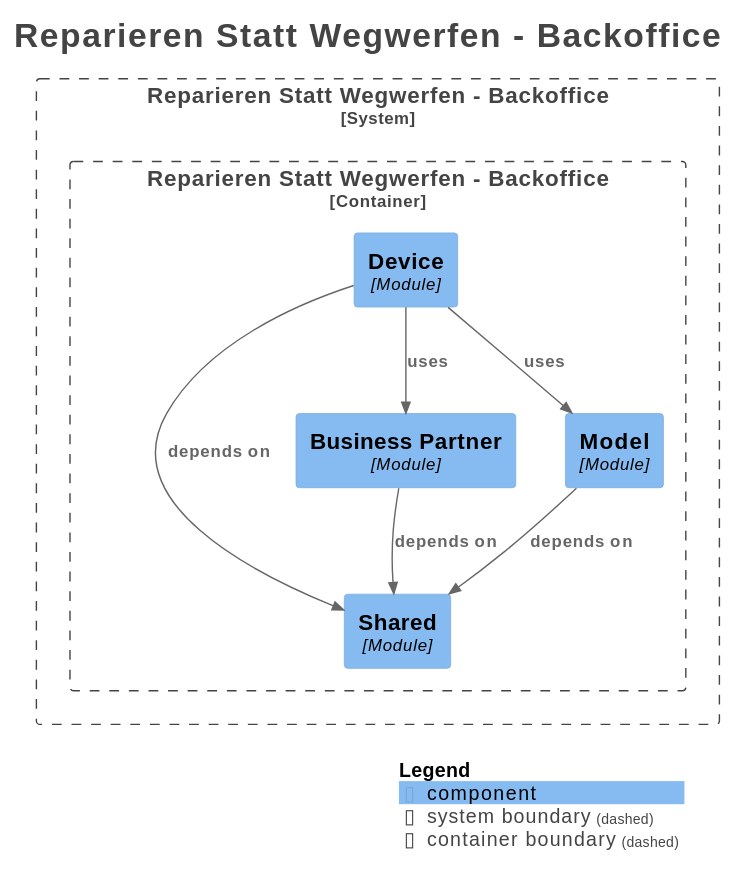
Earlier version of the PlantUML export backend/docs/spring-modulith/modules.svg (fafeichter/ReparierenStattWegwerfen-BackOffice). Its diagram source:
```plantuml
@startuml
title <size:24>Reparieren Statt Wegwerfen - Backoffice</size>

set separator none
top to bottom direction

<style>
  root {
    BackgroundColor: #ffffff
    FontColor: #444444
  }
</style>

!include <C4/C4>
!include <C4/C4_Context>
!include <C4/C4_Component>

System_Boundary("ReparierenStattWegwerfenBackoffice_boundary", "Reparieren Statt Wegwerfen - Backoffice", $tags="") {
  Container_Boundary("ReparierenStattWegwerfenBackoffice.ReparierenStattWegwerfenBackoffice_boundary", "Reparieren Statt Wegwerfen - Backoffice", $tags="") {
    Component(ReparierenStattWegwerfenBackoffice.ReparierenStattWegwerfenBackoffice.Shared, "Shared", $techn="Module", $descr="", $tags="", $link="")
    Component(ReparierenStattWegwerfenBackoffice.ReparierenStattWegwerfenBackoffice.BusinessPartner, "Business Partner", $techn="Module", $descr="", $tags="", $link="")
    Component(ReparierenStattWegwerfenBackoffice.ReparierenStattWegwerfenBackoffice.Model, "Model", $techn="Module", $descr="", $tags="", $link="")
    Component(ReparierenStattWegwerfenBackoffice.ReparierenStattWegwerfenBackoffice.Device, "Device", $techn="Module", $descr="", $tags="", $link="")
  }

}

Rel(ReparierenStattWegwerfenBackoffice.ReparierenStattWegwerfenBackoffice.Device, ReparierenStattWegwerfenBackoffice.ReparierenStattWegwerfenBackoffice.Model, "uses", $techn="", $tags="", $link="")
Rel(ReparierenStattWegwerfenBackoffice.ReparierenStattWegwerfenBackoffice.Device, ReparierenStattWegwerfenBackoffice.ReparierenStattWegwerfenBackoffice.BusinessPartner, "uses", $techn="", $tags="", $link="")
Rel(ReparierenStattWegwerfenBackoffice.ReparierenStattWegwerfenBackoffice.Model, ReparierenStattWegwerfenBackoffice.ReparierenStattWegwerfenBackoffice.Shared, "depends on", $techn="", $tags="", $link="")
Rel(ReparierenStattWegwerfenBackoffice.ReparierenStattWegwerfenBackoffice.BusinessPartner, ReparierenStattWegwerfenBackoffice.ReparierenStattWegwerfenBackoffice.Shared, "depends on", $techn="", $tags="", $link="")
Rel(ReparierenStattWegwerfenBackoffice.ReparierenStattWegwerfenBackoffice.Device, ReparierenStattWegwerfenBackoffice.ReparierenStattWegwerfenBackoffice.Shared, "depends on", $techn="", $tags="", $link="")

SHOW_LEGEND(true)
hide stereotypes
@enduml
```
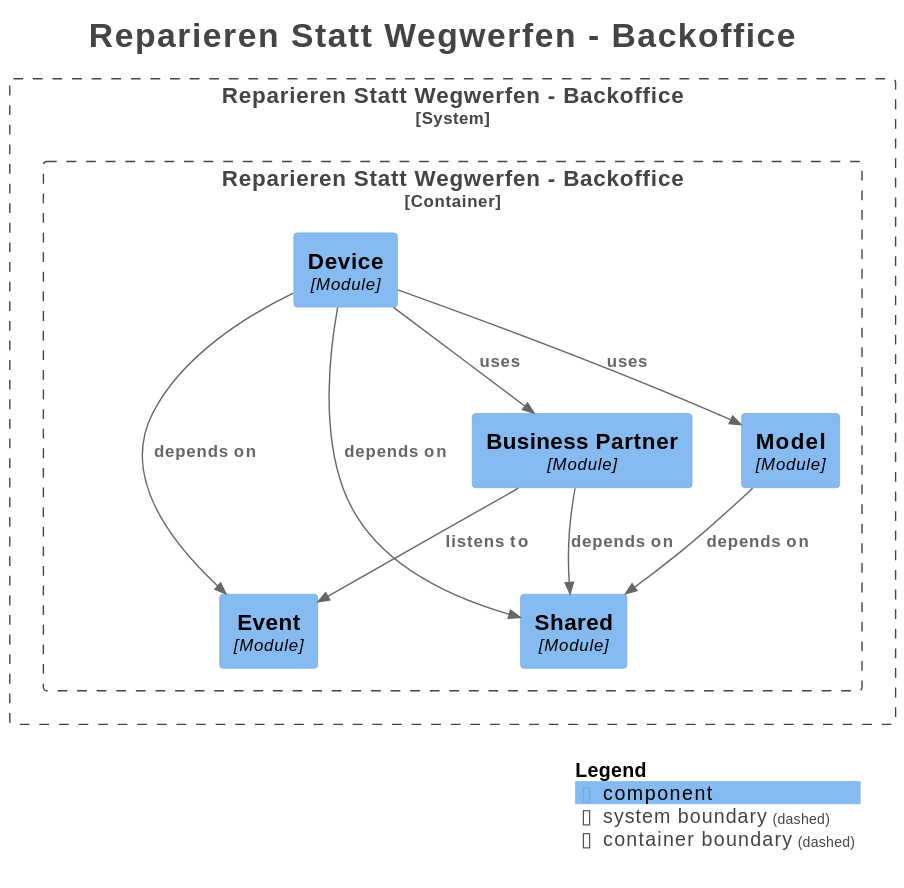
Later version of the same file.

Diff of the diagram source:
```diff
@@ -17,6 +17,7 @@
 
 System_Boundary("ReparierenStattWegwerfenBackoffice_boundary", "Reparieren Statt Wegwerfen - Backoffice", $tags="") {
   Container_Boundary("ReparierenStattWegwerfenBackoffice.ReparierenStattWegwerfenBackoffice_boundary", "Reparieren Statt Wegwerfen - Backoffice", $tags="") {
+    Component(ReparierenStattWegwerfenBackoffice.ReparierenStattWegwerfenBackoffice.Event, "Event", $techn="Module", $descr="", $tags="", $link="")
     Component(ReparierenStattWegwerfenBackoffice.ReparierenStattWegwerfenBackoffice.Shared, "Shared", $techn="Module", $descr="", $tags="", $link="")
     Component(ReparierenStattWegwerfenBackoffice.ReparierenStattWegwerfenBackoffice.BusinessPartner, "Business Partner", $techn="Module", $descr="", $tags="", $link="")
     Component(ReparierenStattWegwerfenBackoffice.ReparierenStattWegwerfenBackoffice.Model, "Model", $techn="Module", $descr="", $tags="", $link="")
@@ -25,11 +26,13 @@
 
 }
 
+Rel(ReparierenStattWegwerfenBackoffice.ReparierenStattWegwerfenBackoffice.BusinessPartner, ReparierenStattWegwerfenBackoffice.ReparierenStattWegwerfenBackoffice.Event, "listens to", $techn="", $tags="", $link="")
+Rel(ReparierenStattWegwerfenBackoffice.ReparierenStattWegwerfenBackoffice.BusinessPartner, ReparierenStattWegwerfenBackoffice.ReparierenStattWegwerfenBackoffice.Shared, "depends on", $techn="", $tags="", $link="")
+Rel(ReparierenStattWegwerfenBackoffice.ReparierenStattWegwerfenBackoffice.Model, ReparierenStattWegwerfenBackoffice.ReparierenStattWegwerfenBackoffice.Shared, "depends on", $techn="", $tags="", $link="")
+Rel(ReparierenStattWegwerfenBackoffice.ReparierenStattWegwerfenBackoffice.Device, ReparierenStattWegwerfenBackoffice.ReparierenStattWegwerfenBackoffice.Shared, "depends on", $techn="", $tags="", $link="")
+Rel(ReparierenStattWegwerfenBackoffice.ReparierenStattWegwerfenBackoffice.Device, ReparierenStattWegwerfenBackoffice.ReparierenStattWegwerfenBackoffice.Event, "depends on", $techn="", $tags="", $link="")
 Rel(ReparierenStattWegwerfenBackoffice.ReparierenStattWegwerfenBackoffice.Device, ReparierenStattWegwerfenBackoffice.ReparierenStattWegwerfenBackoffice.Model, "uses", $techn="", $tags="", $link="")
 Rel(ReparierenStattWegwerfenBackoffice.ReparierenStattWegwerfenBackoffice.Device, ReparierenStattWegwerfenBackoffice.ReparierenStattWegwerfenBackoffice.BusinessPartner, "uses", $techn="", $tags="", $link="")
-Rel(ReparierenStattWegwerfenBackoffice.ReparierenStattWegwerfenBackoffice.Model, ReparierenStattWegwerfenBackoffice.ReparierenStattWegwerfenBackoffice.Shared, "depends on", $techn="", $tags="", $link="")
-Rel(ReparierenStattWegwerfenBackoffice.ReparierenStattWegwerfenBackoffice.BusinessPartner, ReparierenStattWegwerfenBackoffice.ReparierenStattWegwerfenBackoffice.Shared, "depends on", $techn="", $tags="", $link="")
-Rel(ReparierenStattWegwerfenBackoffice.ReparierenStattWegwerfenBackoffice.Device, ReparierenStattWegwerfenBackoffice.ReparierenStattWegwerfenBackoffice.Shared, "depends on", $techn="", $tags="", $link="")
 
 SHOW_LEGEND(true)
 hide stereotypes
```
